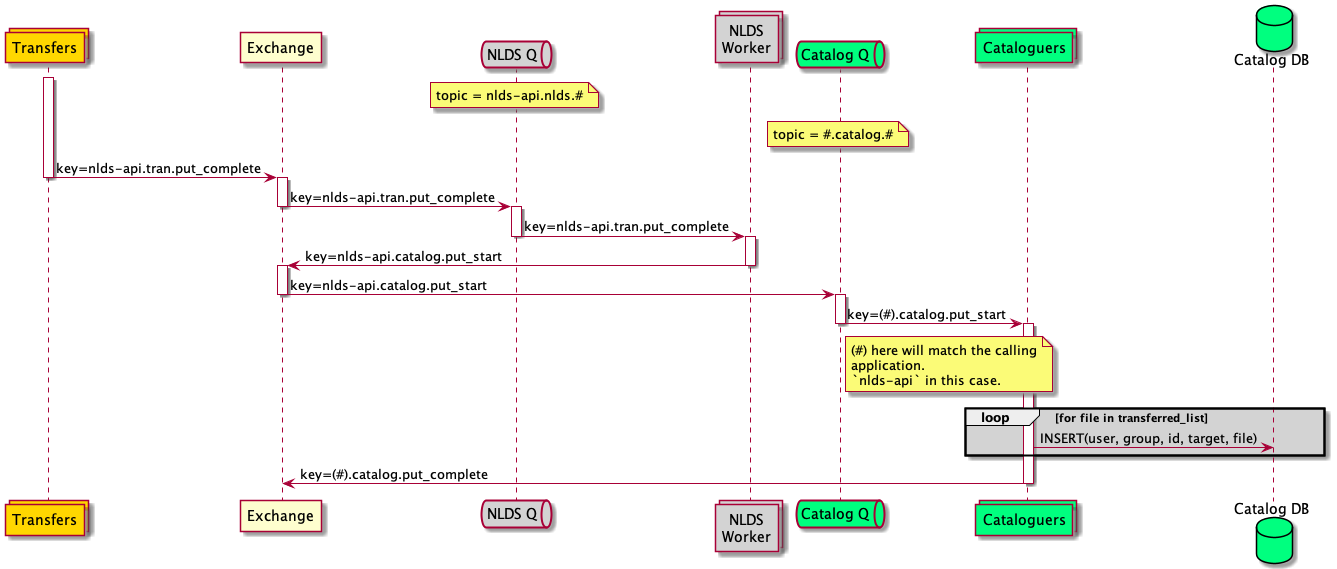
Before: docs/spec/uml/message_flow_put3.png, a diagram exported from PlantUML (cedadev/nlds). Source of this version:
```plantuml
@startuml message_flow_put3

collections tran as "Transfers" #gold

participant wex as "Exchange"

queue qw as "NLDS Q" #lightgrey
note over qw
    topic = nlds-api.nlds.#
end note
collections work as "NLDS\nWorker" #lightgrey

queue qc as "Catalog Q" #springgreen
collections catalog as "Cataloguers" #springgreen
database catalog_db as "Catalog DB" #springgreen
note over qc
    topic = #.catalog.#
end note

activate tran
tran -> wex : key=nlds-api.tran.put_complete
deactivate tran

activate wex
wex -> qw : key=nlds-api.tran.put_complete
deactivate wex

activate qw
qw -> work : key=nlds-api.tran.put_complete
deactivate qw

activate work
work -> wex : key=nlds-api.catalog.put_start
deactivate work

activate wex
wex -> qc : key=nlds-api.catalog.put_start
deactivate wex

activate qc
qc -> catalog : key=(#).catalog.put_start
deactivate qc
note right of qc
    (#) here will match the calling
    application.
    `nlds-api` in this case.
end note

activate catalog
loop #lightgrey for file in transferred_list
    catalog -> catalog_db : INSERT(user, group, id, target, file)
end
catalog -> wex : key=(#).catalog.put_complete
deactivate catalog


@enduml
```
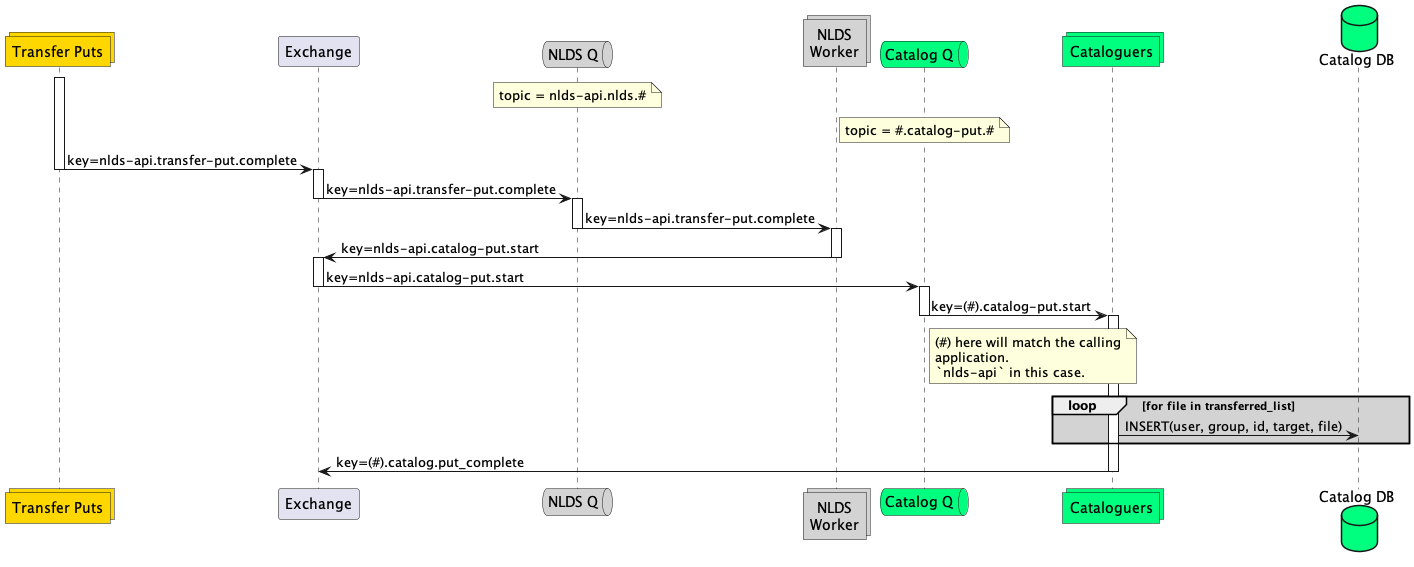
Later version of the same file.

The edit, as a diff of the source:
```diff
@@ -1,6 +1,6 @@
 @startuml message_flow_put3
 
-collections tran as "Transfers" #gold
+collections transfer_puts as "Transfer Puts" #gold
 
 participant wex as "Exchange"
 
@@ -14,31 +14,31 @@
 collections catalog as "Cataloguers" #springgreen
 database catalog_db as "Catalog DB" #springgreen
 note over qc
-    topic = #.catalog.#
+    topic = #.catalog-put.#
 end note
 
-activate tran
-tran -> wex : key=nlds-api.tran.put_complete
-deactivate tran
+activate transfer_puts
+transfer_puts -> wex : key=nlds-api.transfer-put.complete
+deactivate transfer_puts
 
 activate wex
-wex -> qw : key=nlds-api.tran.put_complete
+wex -> qw : key=nlds-api.transfer-put.complete
 deactivate wex
 
 activate qw
-qw -> work : key=nlds-api.tran.put_complete
+qw -> work : key=nlds-api.transfer-put.complete
 deactivate qw
 
 activate work
-work -> wex : key=nlds-api.catalog.put_start
+work -> wex : key=nlds-api.catalog-put.start
 deactivate work
 
 activate wex
-wex -> qc : key=nlds-api.catalog.put_start
+wex -> qc : key=nlds-api.catalog-put.start
 deactivate wex
 
 activate qc
-qc -> catalog : key=(#).catalog.put_start
+qc -> catalog : key=(#).catalog-put.start
 deactivate qc
 note right of qc
     (#) here will match the calling
```
